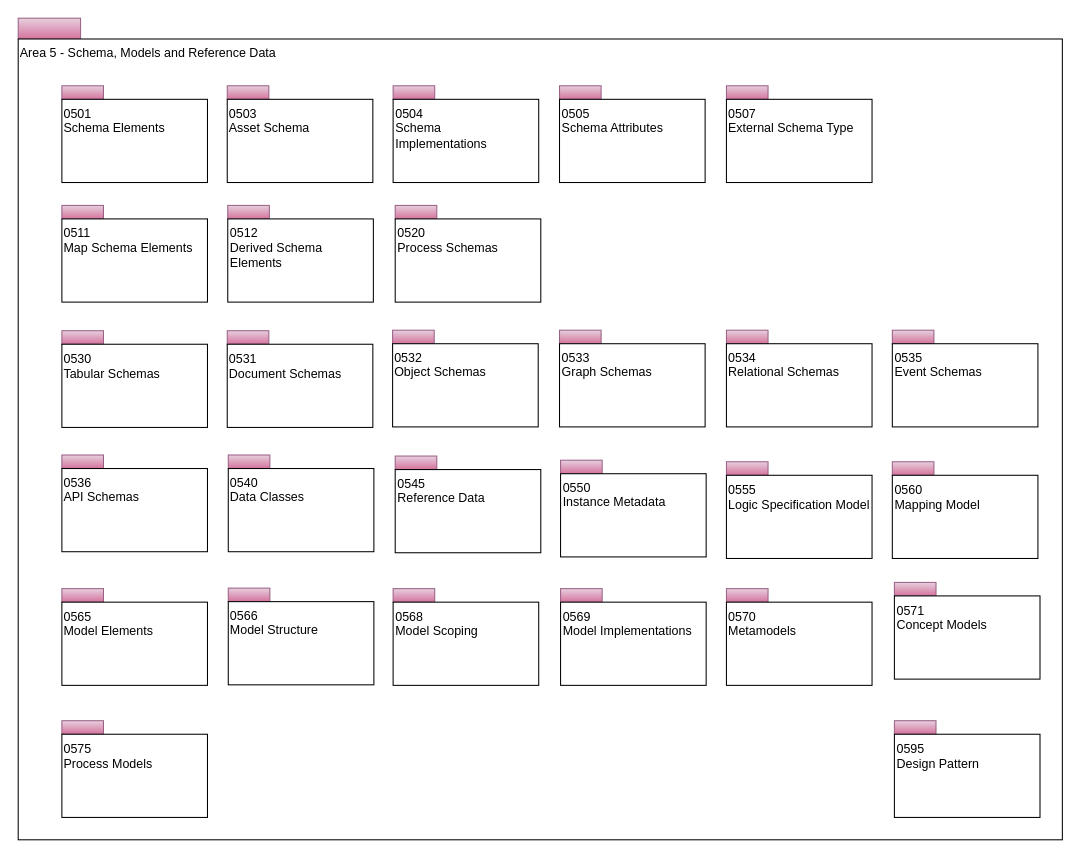
Before: page "overview" (1 of 27) of open-metadata-publication/website/open-metadata-types/area-5-models-and-schema.drawio in odpi/egeria, a draw.io diagram. Source tidied: cells renumbered, new cells numbered last; positions are measured from the earlier drawing's top-left corner, leaving out a move shared by most shapes. Both pictures are drawn from the tidied source at 104%, with x=0, y=0 at pixel (18, 18).
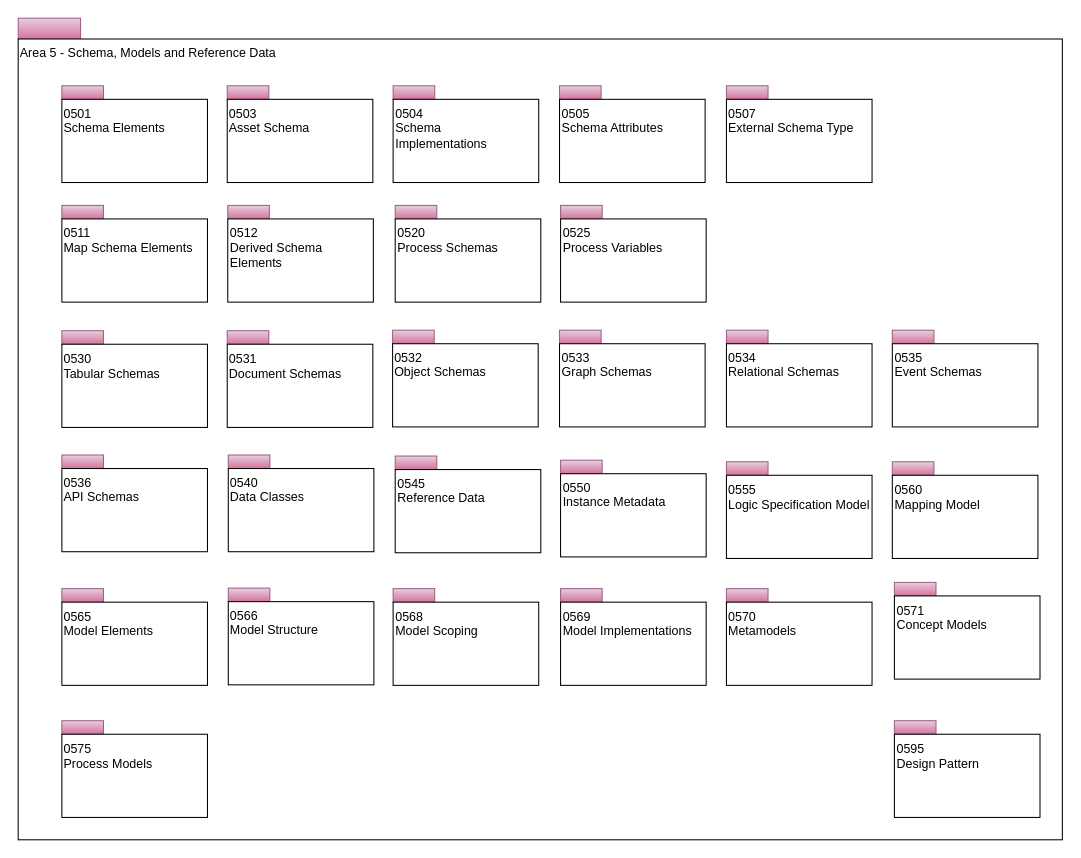
The same diagram, later.

The edit, as a diff of the source:
```diff
@@
+    <mxCell id="60" style="rounded=0;whiteSpace=wrap;html=1;align=left;fillColor=#e6d0de;strokeColor=#996185;gradientColor=#d5739d;" parent="1" vertex="1">
+      <mxGeometry x="521.5" y="180" width="40" height="13" as="geometry" />
+    </mxCell>
+    <mxCell id="61" value="0525&lt;br&gt;Process Variables" style="rounded=0;whiteSpace=wrap;html=1;align=left;verticalAlign=top;" parent="1" vertex="1">
+      <mxGeometry x="521.5" y="193" width="140" height="80" as="geometry" />
+    </mxCell>
```
